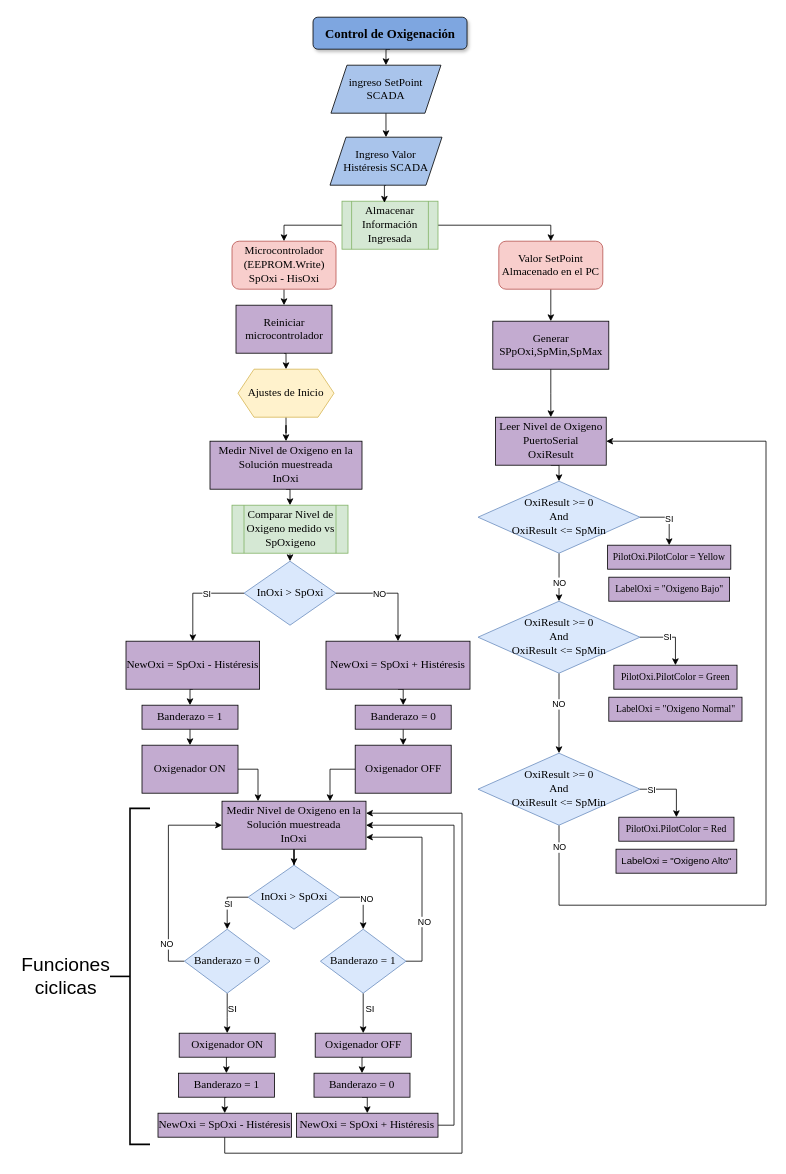
CarlosFonseca97/SCADA_DIEGO keeps this draw.io diagram as DIAGRAMAS DE FLUJO/oxigeno/Untitled Diagram.drawio. Above is the earlier version. Source tidied: cells renumbered, new cells numbered last; positions are measured from the earlier drawing's top-left corner, leaving out a move shared by most shapes. Both pictures are drawn from the tidied source at 80%, with x=0, y=0 at pixel (14, 17).
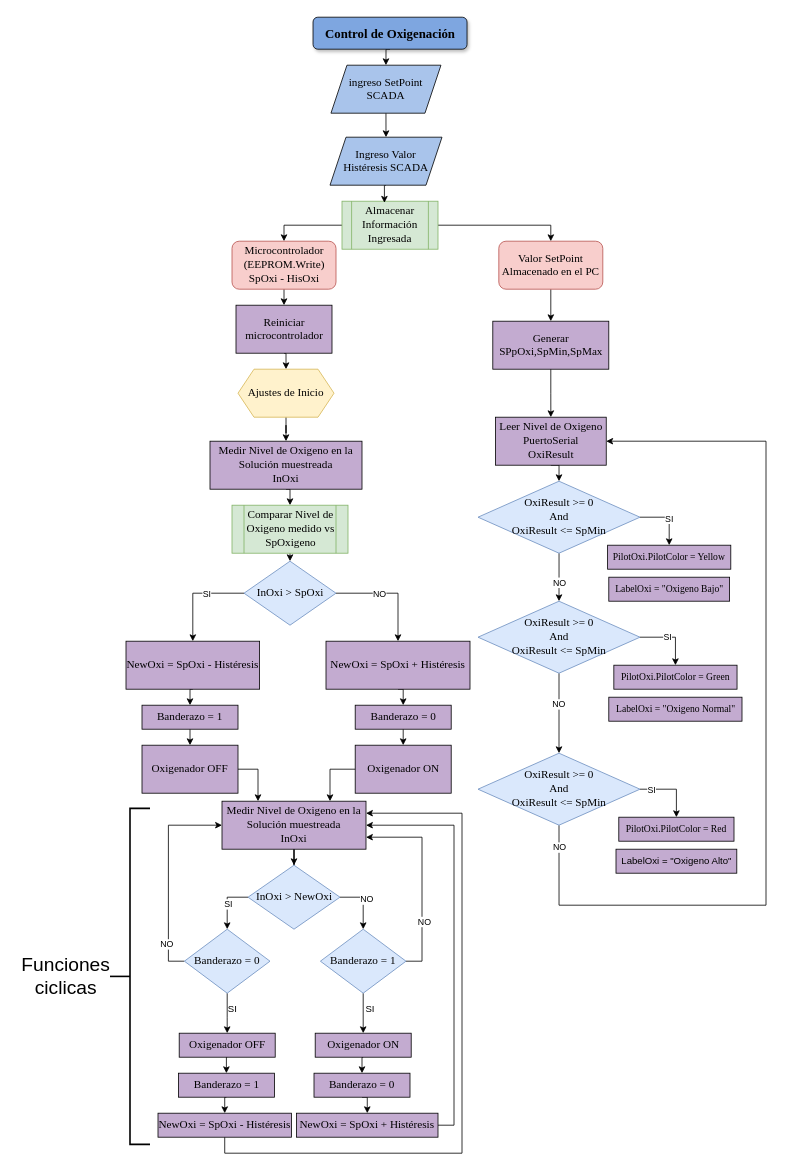
The same diagram, later.

The edit, as a diff of the source:
```diff
@@
-    <mxCell id="29" value="&lt;font style=&quot;font-size: 14px&quot; face=&quot;Times New Roman&quot;&gt;Oxigenador OFF&lt;/font&gt;" style="rounded=0;whiteSpace=wrap;html=1;fillColor=#C3ABD0;" parent="1" vertex="1">
+    <mxCell id="29" value="&lt;font style=&quot;font-size: 14px&quot; face=&quot;Times New Roman&quot;&gt;Oxigenador ON&lt;/font&gt;" style="rounded=0;whiteSpace=wrap;html=1;fillColor=#C3ABD0;" parent="1" vertex="1">
       <mxGeometry x="426.5" y="910" width="120" height="60" as="geometry" />
     </mxCell>
@@
-    <mxCell id="33" value="&lt;font style=&quot;font-size: 14px&quot; face=&quot;Times New Roman&quot;&gt;Oxigenador ON&lt;/font&gt;" style="rounded=0;whiteSpace=wrap;html=1;fillColor=#C3ABD0;" parent="1" vertex="1">
+    <mxCell id="33" value="&lt;font style=&quot;font-size: 14px&quot; face=&quot;Times New Roman&quot;&gt;Oxigenador OFF&lt;/font&gt;" style="rounded=0;whiteSpace=wrap;html=1;fillColor=#C3ABD0;" parent="1" vertex="1">
       <mxGeometry x="160" y="910" width="120" height="60" as="geometry" />
     </mxCell>
@@
-    <mxCell id="46" value="&lt;font face=&quot;Times New Roman&quot; style=&quot;font-size: 14px&quot;&gt;InOxi &amp;gt; SpOxi&lt;/font&gt;" style="rhombus;whiteSpace=wrap;html=1;strokeColor=#6c8ebf;fillColor=#dae8fc;" parent="1" vertex="1">
+    <mxCell id="46" value="&lt;font face=&quot;Times New Roman&quot; style=&quot;font-size: 14px&quot;&gt;InOxi &amp;gt; NewOxi&lt;/font&gt;" style="rhombus;whiteSpace=wrap;html=1;strokeColor=#6c8ebf;fillColor=#dae8fc;" parent="1" vertex="1">
       <mxGeometry x="292.5" y="1060" width="115" height="80" as="geometry" />
     </mxCell>
@@
-    <mxCell id="56" value="&lt;font face=&quot;Times New Roman&quot; style=&quot;font-size: 14px&quot;&gt;Oxigenador ON&lt;/font&gt;" style="rounded=0;whiteSpace=wrap;html=1;fillColor=#C3ABD0;" parent="1" vertex="1">
+    <mxCell id="56" value="&lt;font face=&quot;Times New Roman&quot; style=&quot;font-size: 14px&quot;&gt;Oxigenador OFF&lt;/font&gt;" style="rounded=0;whiteSpace=wrap;html=1;fillColor=#C3ABD0;" parent="1" vertex="1">
       <mxGeometry x="206.5" y="1270" width="120" height="30" as="geometry" />
     </mxCell>
@@
-    <mxCell id="58" value="&lt;font face=&quot;Times New Roman&quot; style=&quot;font-size: 14px&quot;&gt;Oxigenador OFF&lt;/font&gt;" style="rounded=0;whiteSpace=wrap;html=1;fillColor=#C3ABD0;" parent="1" vertex="1">
+    <mxCell id="58" value="&lt;font face=&quot;Times New Roman&quot; style=&quot;font-size: 14px&quot;&gt;Oxigenador ON&lt;/font&gt;" style="rounded=0;whiteSpace=wrap;html=1;fillColor=#C3ABD0;" parent="1" vertex="1">
       <mxGeometry x="376.5" y="1270" width="120" height="30" as="geometry" />
     </mxCell>
```
